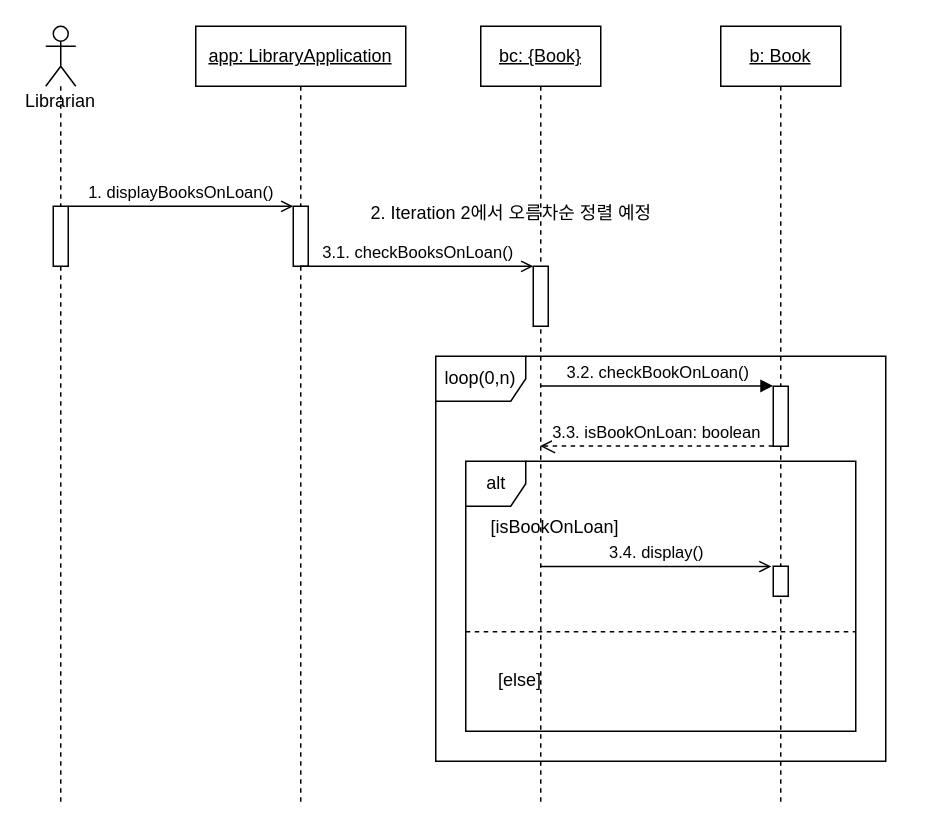
Earlier version of the draw.io diagram UML/SD4 Display books on loan.drawio (Halozhan/2023-2-LibraryApplication). Source tidied: cells renumbered, new cells numbered last; positions are measured from the earlier drawing's top-left corner, leaving out a move shared by most shapes. Both pictures are drawn from the tidied source at 150%, with x=0, y=0 at pixel (45, 26).
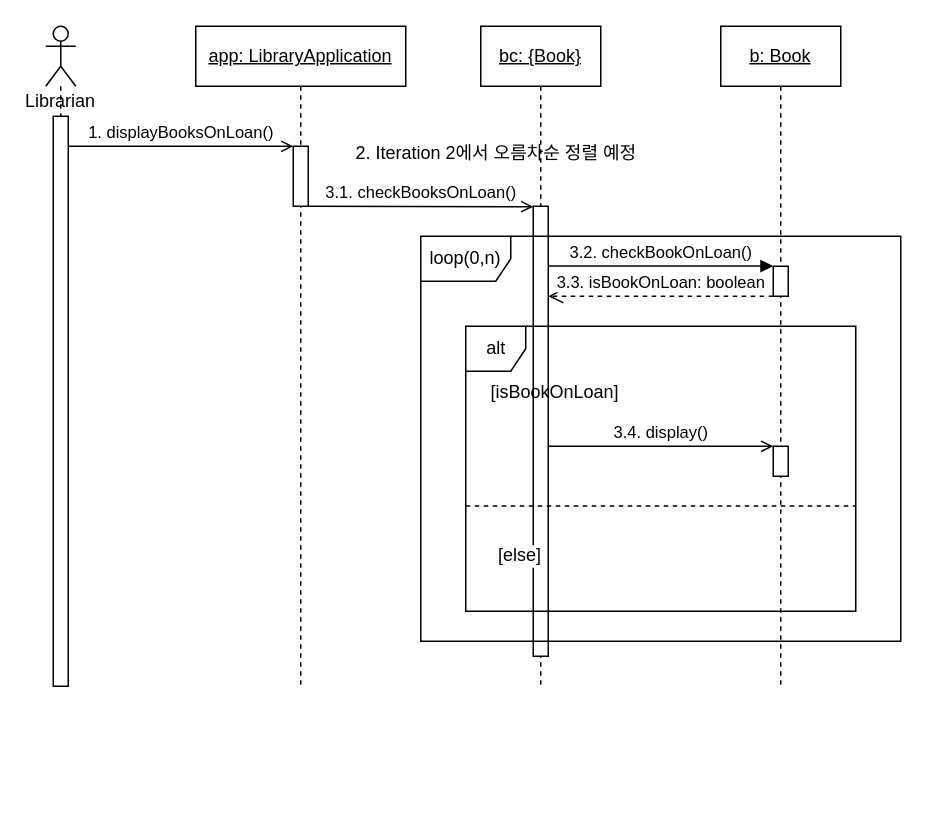
The same page after the edit.

Diff of the diagram source:
```diff
@@
-    <mxCell id="2" value="loop(0,n)" style="shape=umlFrame;whiteSpace=wrap;html=1;" parent="1" vertex="1">
-      <mxGeometry x="260" y="220" width="300" height="270" as="geometry" />
-    </mxCell>
-    <mxCell id="3" value="alt" style="shape=umlFrame;tabWidth=110;tabHeight=30;tabPosition=left;html=1;boundedLbl=1;labelInHeader=1;width=40;height=30;" parent="1" vertex="1">
-      <mxGeometry x="280" y="290" width="260" height="180" as="geometry" />
-    </mxCell>
-    <mxCell id="4" value="[isBookOnLoan]" style="text;" parent="3" vertex="1">
-      <mxGeometry width="100" height="20" relative="1" as="geometry">
-        <mxPoint x="15" y="30" as="offset" />
-      </mxGeometry>
-    </mxCell>
-    <mxCell id="5" value="[else]" style="line;strokeWidth=1;dashed=1;labelPosition=center;verticalLabelPosition=bottom;align=left;verticalAlign=top;spacingLeft=20;spacingTop=15;" parent="3" vertex="1">
-      <mxGeometry y="110" width="260" height="7.2" as="geometry" />
-    </mxCell>
     <mxCell id="6" value="Librarian&lt;br&gt;" style="shape=umlLifeline;participant=umlActor;perimeter=lifelinePerimeter;whiteSpace=wrap;html=1;verticalAlign=top;spacingTop=36;outlineConnect=0;" parent="1" vertex="1">
-      <mxGeometry width="20" height="520" as="geometry" />
+      <mxGeometry width="20" height="440" as="geometry" />
     </mxCell>
@@
     <mxCell id="8" style="html=1;points=[];perimeter=orthogonalPerimeter;" parent="6" vertex="1">
-      <mxGeometry x="5" y="120" width="10" height="40" as="geometry" />
+      <mxGeometry x="5" y="60" width="10" height="380" as="geometry" />
     </mxCell>
     <mxCell id="9" value="&lt;u&gt;app: LibraryApplication&lt;/u&gt;" style="shape=umlLifeline;perimeter=lifelinePerimeter;whiteSpace=wrap;html=1;outlineConnect=0;" parent="1" vertex="1">
-      <mxGeometry x="100" width="140" height="520" as="geometry" />
+      <mxGeometry x="100" width="140" height="440" as="geometry" />
     </mxCell>
     <mxCell id="10" style="html=1;points=[];perimeter=orthogonalPerimeter;" parent="9" vertex="1">
-      <mxGeometry x="65" y="120" width="10" height="40" as="geometry" />
+      <mxGeometry x="65" y="80" width="10" height="40" as="geometry" />
     </mxCell>
     <mxCell id="11" value="&lt;u&gt;bc: {Book}&lt;/u&gt;" style="shape=umlLifeline;perimeter=lifelinePerimeter;whiteSpace=wrap;html=1;outlineConnect=0;" parent="1" vertex="1">
-      <mxGeometry x="290" width="80" height="520" as="geometry" />
+      <mxGeometry x="290" width="80" height="440" as="geometry" />
     </mxCell>
     <mxCell id="12" style="html=1;points=[];perimeter=orthogonalPerimeter;" parent="11" vertex="1">
-      <mxGeometry x="35" y="160" width="10" height="40" as="geometry" />
+      <mxGeometry x="35" y="120" width="10" height="300" as="geometry" />
     </mxCell>
     <mxCell id="13" value="&lt;u style=&quot;&quot;&gt;b: Book&lt;/u&gt;" style="shape=umlLifeline;perimeter=lifelinePerimeter;whiteSpace=wrap;html=1;" parent="1" vertex="1">
-      <mxGeometry x="450" width="80" height="520" as="geometry" />
+      <mxGeometry x="450" width="80" height="440" as="geometry" />
     </mxCell>
     <mxCell id="14" style="html=1;points=[];perimeter=orthogonalPerimeter;" parent="13" vertex="1">
-      <mxGeometry x="35" y="240" width="10" height="40" as="geometry" />
+      <mxGeometry x="35" y="160" width="10" height="20" as="geometry" />
     </mxCell>
     <mxCell id="15" style="html=1;points=[];perimeter=orthogonalPerimeter;" parent="13" vertex="1">
-      <mxGeometry x="35" y="360" width="10" height="20" as="geometry" />
+      <mxGeometry x="35" y="280" width="10" height="20" as="geometry" />
     </mxCell>
@@
     <mxCell id="17" value="2. Iteration 2에서 오름차순 정렬 예정" style="text;html=1;align=center;verticalAlign=middle;strokeColor=none;fillColor=none;" parent="1" vertex="1">
-      <mxGeometry x="200" y="110" width="220" height="30" as="geometry" />
+      <mxGeometry x="190" y="70" width="220" height="30" as="geometry" />
     </mxCell>
-    <mxCell id="18" value="3.1. checkBooksOnLoan()" style="html=1;verticalAlign=bottom;labelBackgroundColor=none;endArrow=open;endFill=0;elbow=vertical;entryX=0.001;entryY=0.001;entryDx=0;entryDy=0;entryPerimeter=0;" parent="1" edge="1" source="9" target="12">
+    <mxCell id="18" value="3.1. checkBooksOnLoan()" style="html=1;verticalAlign=bottom;labelBackgroundColor=none;endArrow=open;endFill=0;elbow=vertical;entryX=0.001;entryY=0.001;entryDx=0;entryDy=0;entryPerimeter=0;" parent="1" edge="1" source="10" target="12">
       <mxGeometry relative="1" as="geometry" />
     </mxCell>
-    <mxCell id="19" value="3.2. checkBookOnLoan()" style="html=1;verticalAlign=bottom;endArrow=block;entryX=-0.005;entryY=-0.005;entryDx=0;entryDy=0;entryPerimeter=0;" parent="1" edge="1" source="11" target="14">
+    <mxCell id="19" value="3.2. checkBookOnLoan()" style="html=1;verticalAlign=bottom;endArrow=block;entryX=-0.005;entryY=-0.005;entryDx=0;entryDy=0;entryPerimeter=0;" parent="1" edge="1" source="12" target="14">
       <mxGeometry relative="1" as="geometry" />
     </mxCell>
-    <mxCell id="20" value="3.3. isBookOnLoan: boolean" style="html=1;verticalAlign=bottom;endArrow=open;dashed=1;endSize=8;exitX=-0.005;exitY=0.997;exitDx=0;exitDy=0;exitPerimeter=0;" parent="1" edge="1" source="14" target="11">
+    <mxCell id="20" value="3.3. isBookOnLoan: boolean" style="html=1;verticalAlign=bottom;endArrow=open;dashed=1;endSize=8;exitX=-0.005;exitY=0.997;exitDx=0;exitDy=0;exitPerimeter=0;" parent="1" edge="1" source="14" target="12">
       <mxGeometry relative="1" as="geometry" />
     </mxCell>
-    <mxCell id="21" value="3.4. display()" style="html=1;verticalAlign=bottom;labelBackgroundColor=none;endArrow=open;endFill=0;entryX=-0.126;entryY=0.011;entryDx=0;entryDy=0;entryPerimeter=0;" parent="1" edge="1" source="11" target="15">
+    <mxCell id="21" value="3.4. display()" style="html=1;verticalAlign=bottom;labelBackgroundColor=none;endArrow=open;endFill=0;entryX=-0.003;entryY=0.004;entryDx=0;entryDy=0;entryPerimeter=0;" parent="1" edge="1" source="12" target="15">
       <mxGeometry relative="1" as="geometry" />
     </mxCell>
+    <mxCell id="2" value="loop(0,n)" style="shape=umlFrame;whiteSpace=wrap;html=1;" parent="1" vertex="1">
+      <mxGeometry x="250" y="140" width="320" height="270" as="geometry" />
+    </mxCell>
+    <mxCell id="3" value="alt" style="shape=umlFrame;tabWidth=110;tabHeight=30;tabPosition=left;html=1;boundedLbl=1;labelInHeader=1;width=40;height=30;" parent="1" vertex="1">
+      <mxGeometry x="280" y="200" width="260" height="190" as="geometry" />
+    </mxCell>
+    <mxCell id="4" value="[isBookOnLoan]" style="text;" parent="3" vertex="1">
+      <mxGeometry width="100" height="20" relative="1" as="geometry">
+        <mxPoint x="15" y="30" as="offset" />
+      </mxGeometry>
+    </mxCell>
+    <mxCell id="5" value="[else]" style="line;strokeWidth=1;dashed=1;labelPosition=center;verticalLabelPosition=bottom;align=left;verticalAlign=top;spacingLeft=20;spacingTop=15;" parent="3" vertex="1">
+      <mxGeometry y="116.1" width="260" height="7.6" as="geometry" />
+    </mxCell>
```
